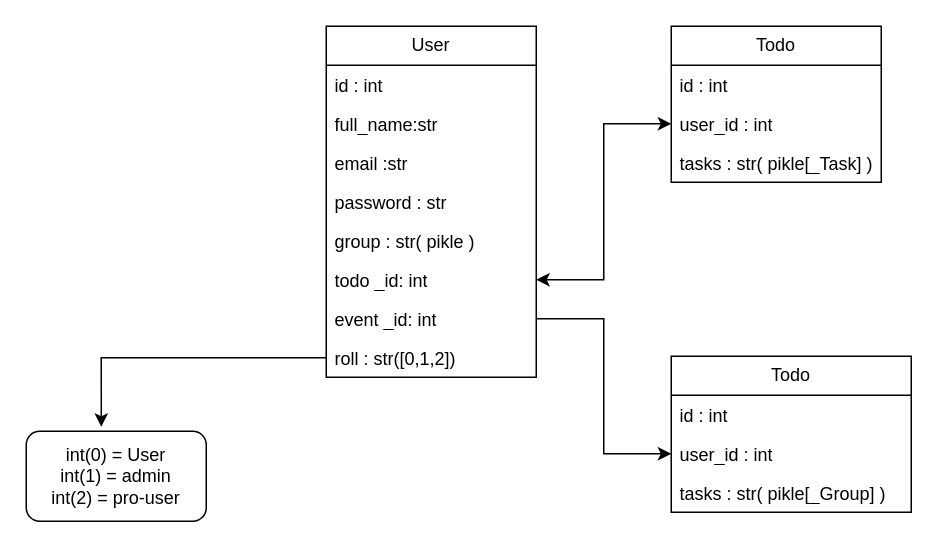
This is .Docts/Datebase.drawio from alireza01100011/PlanningWebApplication, a draw.io file, before an edit. Source tidied: cells renumbered, new cells numbered last; positions are measured from the earlier drawing's top-left corner, leaving out a move shared by most shapes. Both pictures are drawn from the tidied source at 150%, with x=0, y=0 at pixel (26, 26).
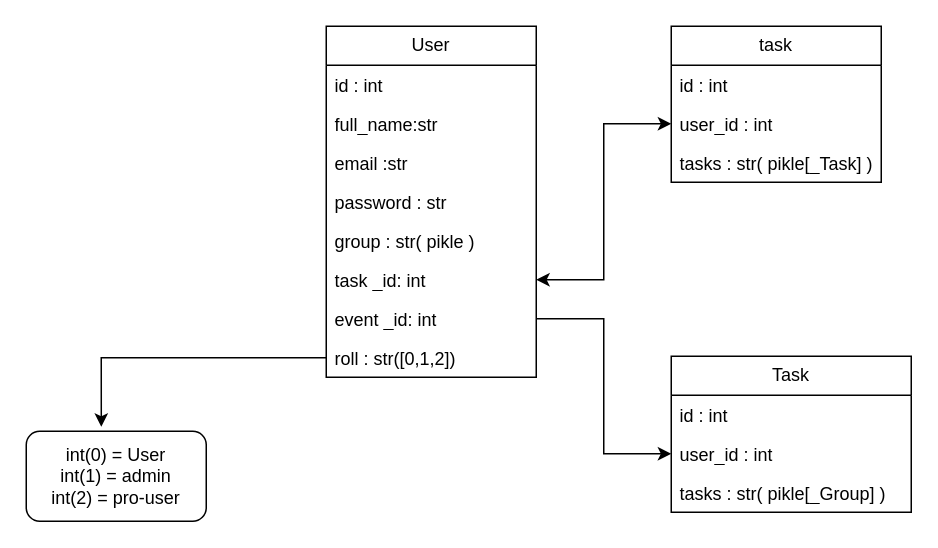
The same diagram, later.

The change refers to these unchanged cells:
```xml
<mxCell id="2" value="User" style="swimlane;fontStyle=0;horizontal=1;startSize=26;fillColor=none;whiteSpace=wrap;html=1;" parent="1" vertex="1">
  <mxGeometry x="200" width="140" height="234" as="geometry" />
</mxCell>
```

The edit, as a diff of the source:
```diff
@@
-    <mxCell id="8" value="todo _id: int" style="text;strokeColor=none;fillColor=none;align=left;verticalAlign=top;spacingLeft=4;spacingRight=4;overflow=hidden;points=[[0,0.5],[1,0.5]];portConstraint=eastwest;whiteSpace=wrap;html=1;" parent="2" vertex="1">
+    <mxCell id="8" value="task _id: int" style="text;strokeColor=none;fillColor=none;align=left;verticalAlign=top;spacingLeft=4;spacingRight=4;overflow=hidden;points=[[0,0.5],[1,0.5]];portConstraint=eastwest;whiteSpace=wrap;html=1;" parent="2" vertex="1">
       <mxGeometry y="156" width="140" height="26" as="geometry" />
     </mxCell>
@@
-    <mxCell id="11" value="Todo" style="swimlane;fontStyle=0;horizontal=1;startSize=26;fillColor=none;whiteSpace=wrap;html=1;" parent="1" vertex="1">
+    <mxCell id="11" value="task" style="swimlane;fontStyle=0;horizontal=1;startSize=26;fillColor=none;whiteSpace=wrap;html=1;" parent="1" vertex="1">
       <mxGeometry x="430" width="140" height="104" as="geometry" />
     </mxCell>
@@
-    <mxCell id="18" value="Todo" style="swimlane;fontStyle=0;horizontal=1;startSize=26;fillColor=none;whiteSpace=wrap;html=1;" parent="1" vertex="1">
+    <mxCell id="18" value="Task" style="swimlane;fontStyle=0;horizontal=1;startSize=26;fillColor=none;whiteSpace=wrap;html=1;" parent="1" vertex="1">
       <mxGeometry x="430" y="220" width="160" height="104" as="geometry" />
     </mxCell>
```
